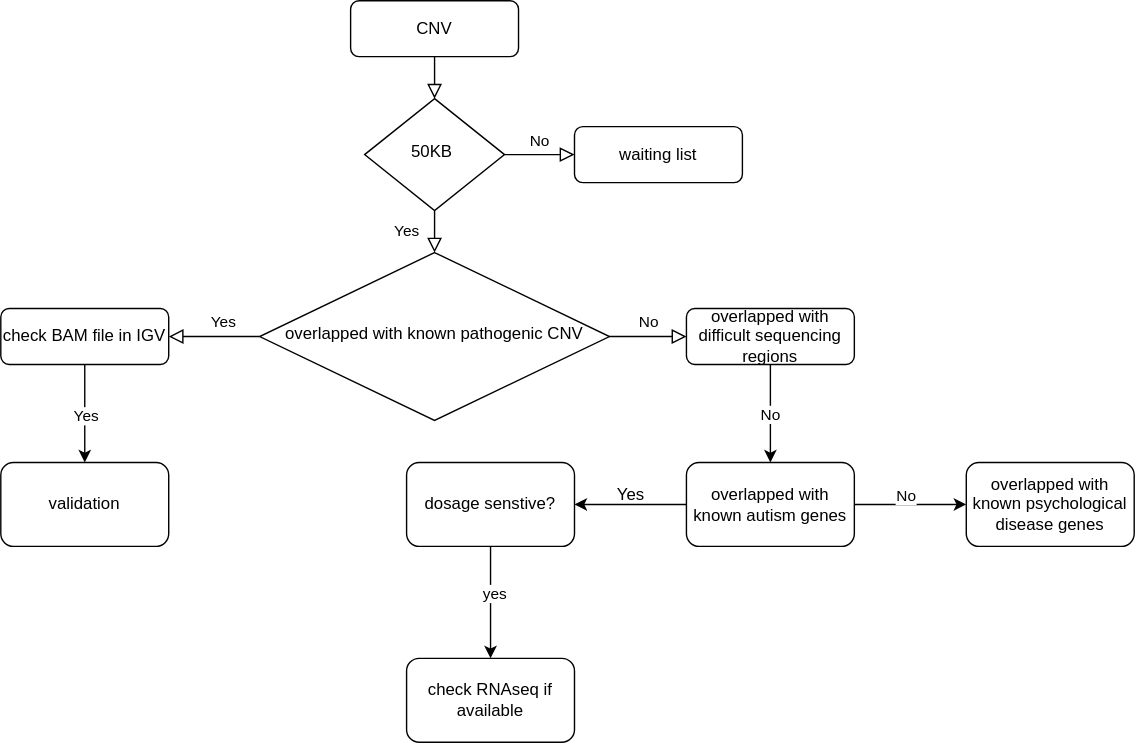
Above: Untitled Diagram.drawio.svg in ShirleyLiu-BCH/workflow (draw.io), before the change. Source tidied: cells renumbered, new cells last; positions are measured from the earlier drawing's top-left corner, leaving out a move shared by most shapes.
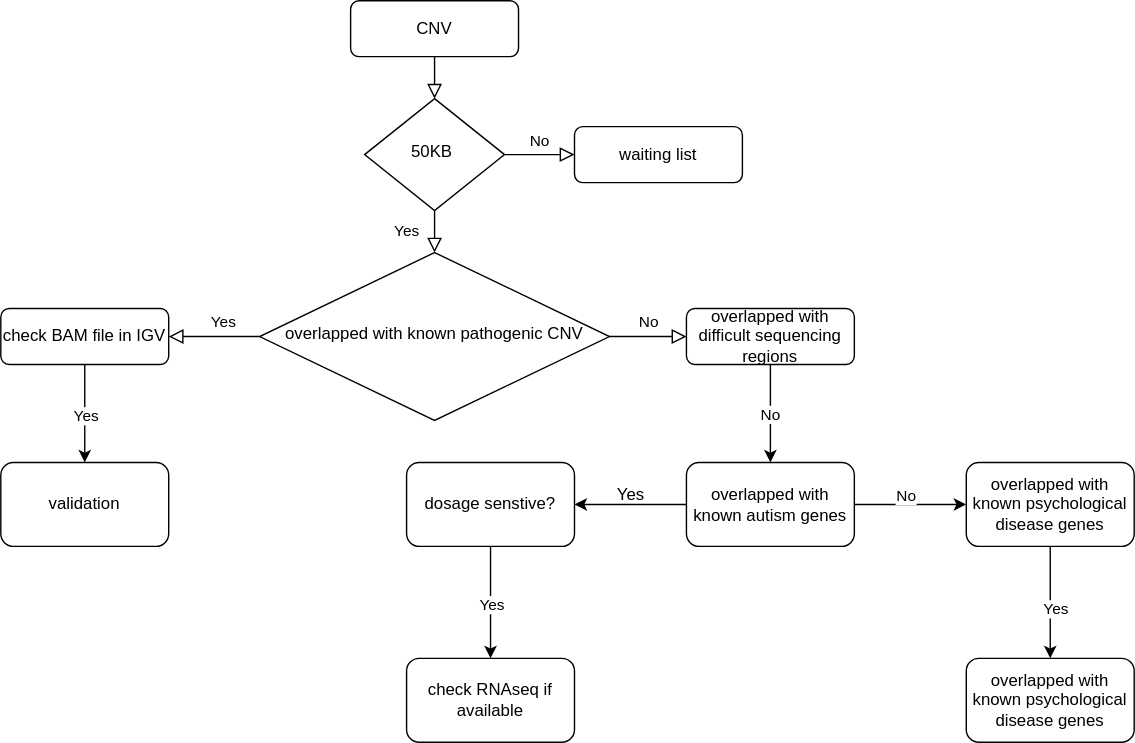
Above is the later version.

Change to the diagram source:
```diff
@@ -65,15 +65,21 @@
     <mxCell id="22" value="overlapped with known autism genes" style="whiteSpace=wrap;html=1;rounded=1;glass=0;strokeWidth=1;shadow=0;" parent="1" vertex="1">
       <mxGeometry x="490" y="330" width="120" height="60" as="geometry" />
     </mxCell>
+    <mxCell id="29" style="edgeStyle=orthogonalEdgeStyle;rounded=0;jettySize=auto;html=1;" parent="1" edge="1" source="23" target="32">
+      <mxGeometry relative="1" as="geometry" />
+    </mxCell>
+    <mxCell id="30" value="Yes" style="edgeLabel;html=1;align=center;verticalAlign=middle;" parent="29" vertex="1">
+      <mxGeometry x="0.1" y="3" relative="1" as="geometry" />
+    </mxCell>
     <mxCell id="23" value="overlapped with known psychological disease genes" style="whiteSpace=wrap;html=1;rounded=1;glass=0;strokeWidth=1;shadow=0;" parent="1" vertex="1">
       <mxGeometry x="690" y="330" width="120" height="60" as="geometry" />
     </mxCell>
     <mxCell id="24" style="edgeStyle=orthogonalEdgeStyle;rounded=0;jettySize=auto;html=1;" parent="1" edge="1" source="26" target="28">
       <mxGeometry relative="1" as="geometry" />
     </mxCell>
-    <mxCell id="25" value="yes" style="edgeLabel;html=1;align=center;verticalAlign=middle;" parent="24" vertex="1">
-      <mxGeometry x="-0.17" y="2" relative="1" as="geometry" />
-    </mxCell>
+    <mxCell id="31" value="Yes" style="edgeLabel;html=1;align=center;verticalAlign=middle;" parent="24" vertex="1">
+      <mxGeometry x="0.03" relative="1" as="geometry" />
+    </mxCell>
     <mxCell id="26" value="dosage senstive?" style="whiteSpace=wrap;html=1;rounded=1;glass=0;strokeWidth=1;shadow=0;" parent="1" vertex="1">
       <mxGeometry x="290" y="330" width="120" height="60" as="geometry" />
     </mxCell>
@@ -83,5 +89,8 @@
     <mxCell id="28" value="check RNAseq if available" style="whiteSpace=wrap;html=1;rounded=1;glass=0;strokeWidth=1;shadow=0;" parent="1" vertex="1">
       <mxGeometry x="290" y="470" width="120" height="60" as="geometry" />
     </mxCell>
+    <mxCell id="32" value="overlapped with known psychological disease genes" style="whiteSpace=wrap;html=1;rounded=1;glass=0;strokeWidth=1;shadow=0;" parent="1" vertex="1">
+      <mxGeometry x="690" y="470" width="120" height="60" as="geometry" />
+    </mxCell>
   </root>
 </mxGraphModel>
```
